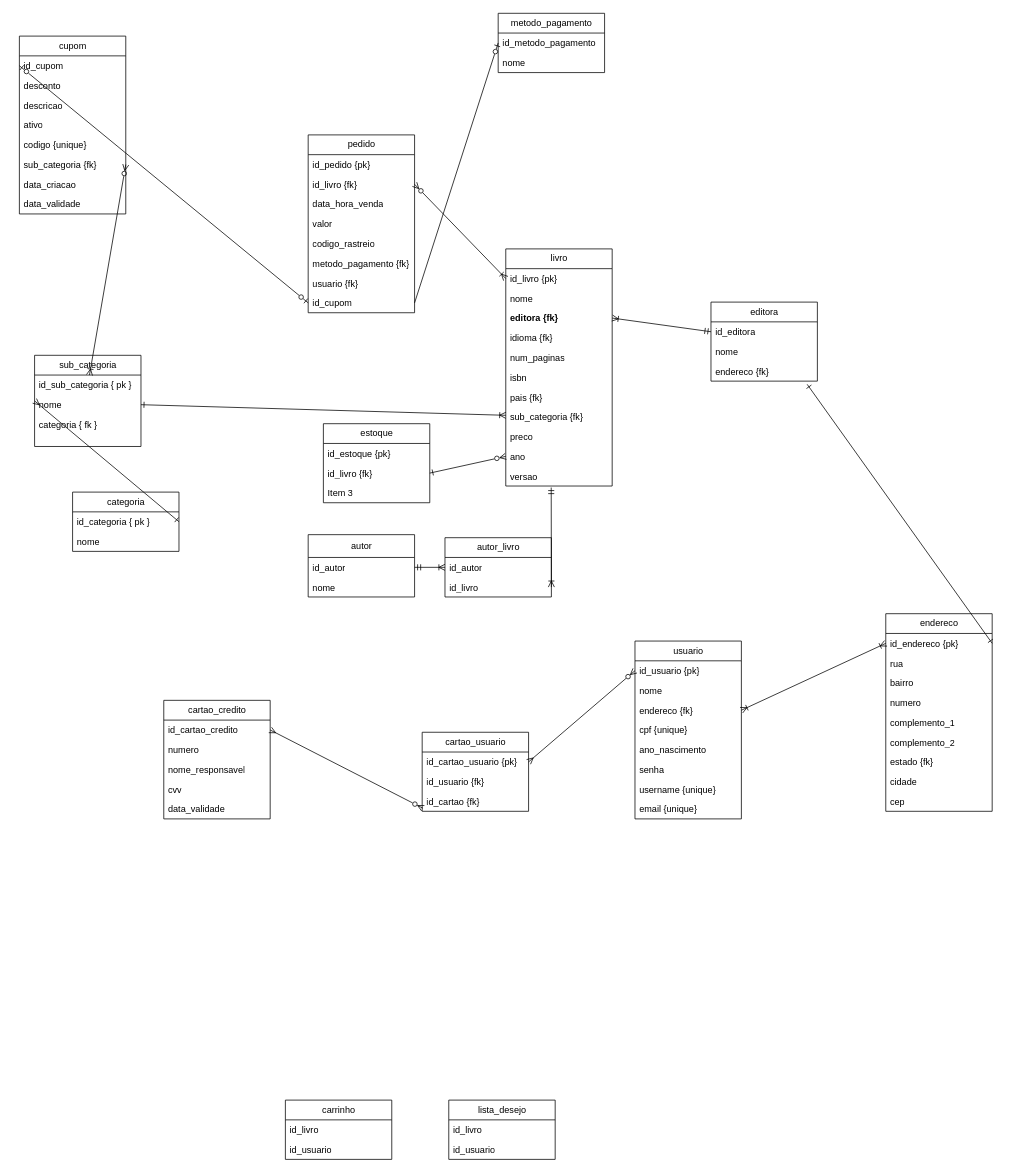
Above: documentacao/modelagem.drawio in GusDev0258/55DSW-Livraria-back-end (draw.io), before the change. Source tidied: cells renumbered, new cells numbered last; positions are measured from the earlier drawing's top-left corner, leaving out a move shared by most shapes. Both pictures are drawn from the tidied source at 76%, with x=0, y=0 at pixel (19, 13).
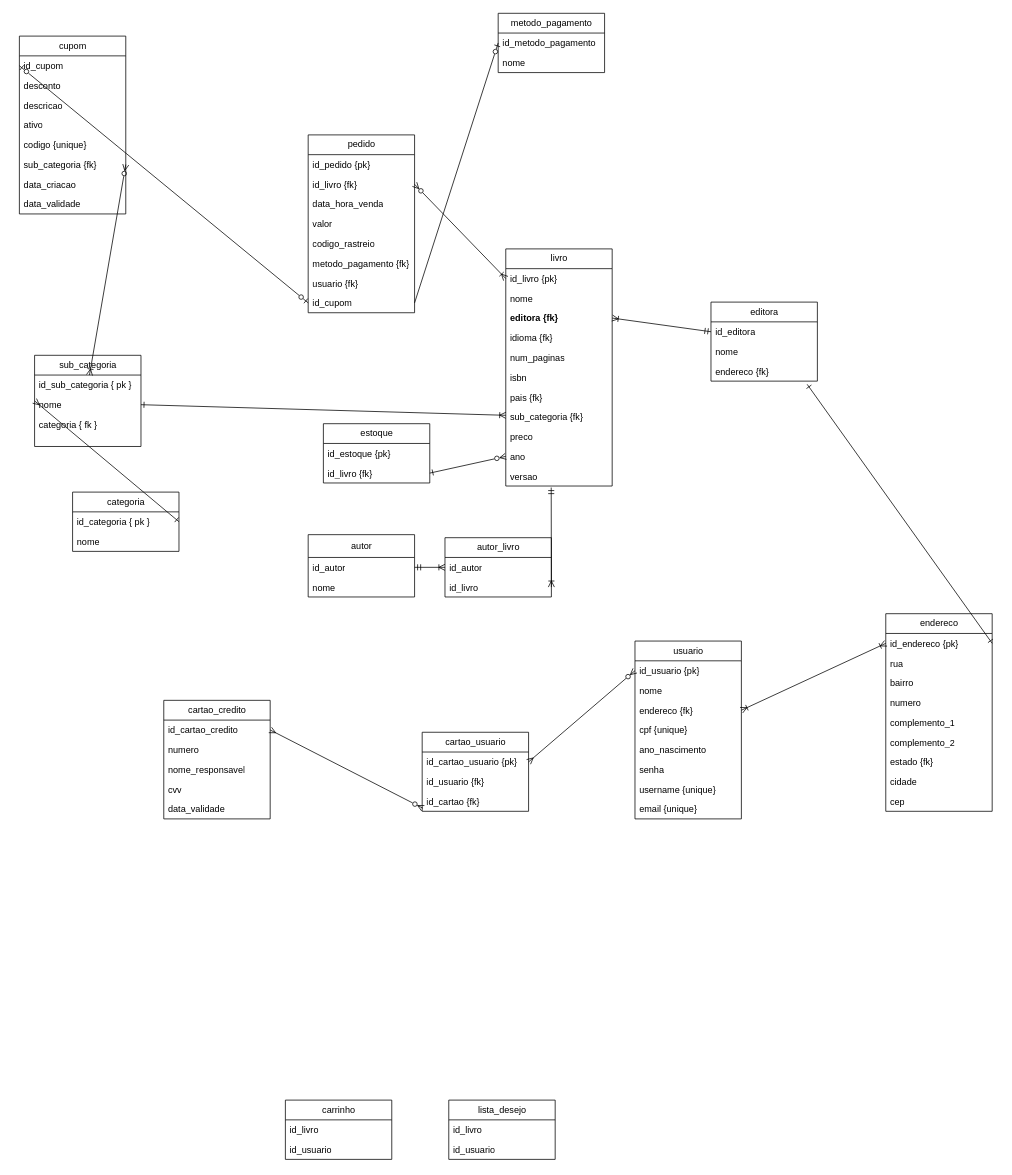
Above is the later version.

Change to the diagram source:
```diff
@@
     <mxCell id="30" value="estoque" style="swimlane;fontStyle=0;horizontal=1;startSize=26;fillColor=none;html=1;" parent="1" vertex="1">
-      <mxGeometry x="400" y="540" width="140" height="104" as="geometry" />
+      <mxGeometry x="400" y="540" width="140" height="78" as="geometry" />
     </mxCell>
@@
-    <mxCell id="33" value="Item 3" style="text;strokeColor=none;fillColor=none;align=left;verticalAlign=top;spacingLeft=4;spacingRight=4;overflow=hidden;whiteSpace=wrap;html=1;" parent="30" vertex="1">
-      <mxGeometry y="78" width="140" height="26" as="geometry" />
-    </mxCell>
```
